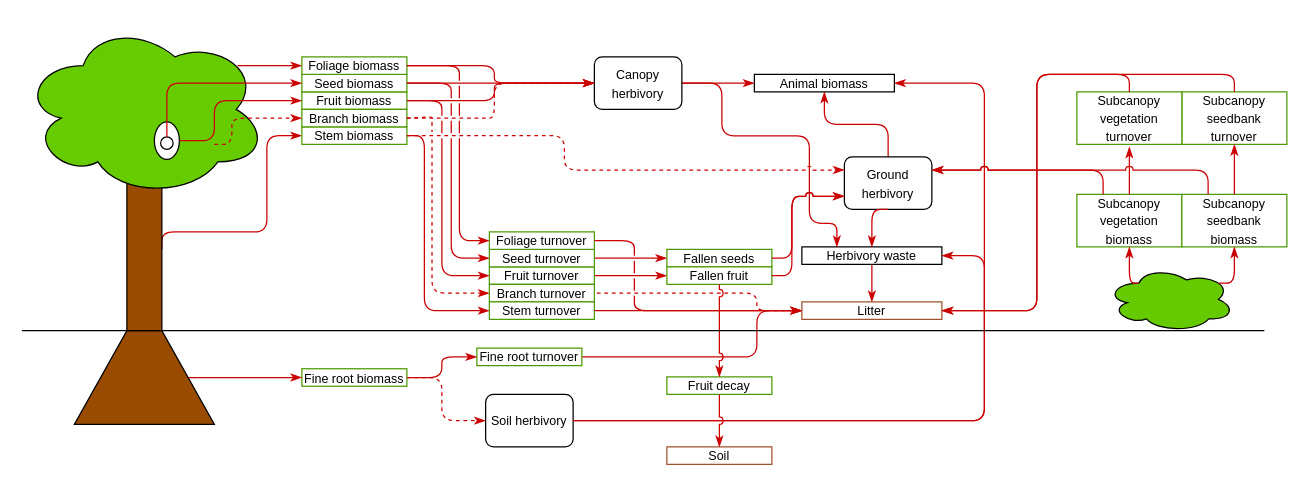
The draw.io diagram docs/source/_static/images/plant_model_biomass_flows.drawio in ImperialCollegeLondon/virtual_ecosystem, before the edit. Source tidied: cells renumbered, new cells numbered last; positions are measured from the earlier drawing's top-left corner, leaving out a move shared by most shapes. Both pictures are drawn from the tidied source at 125%, with x=0, y=0 at pixel (21, 21).
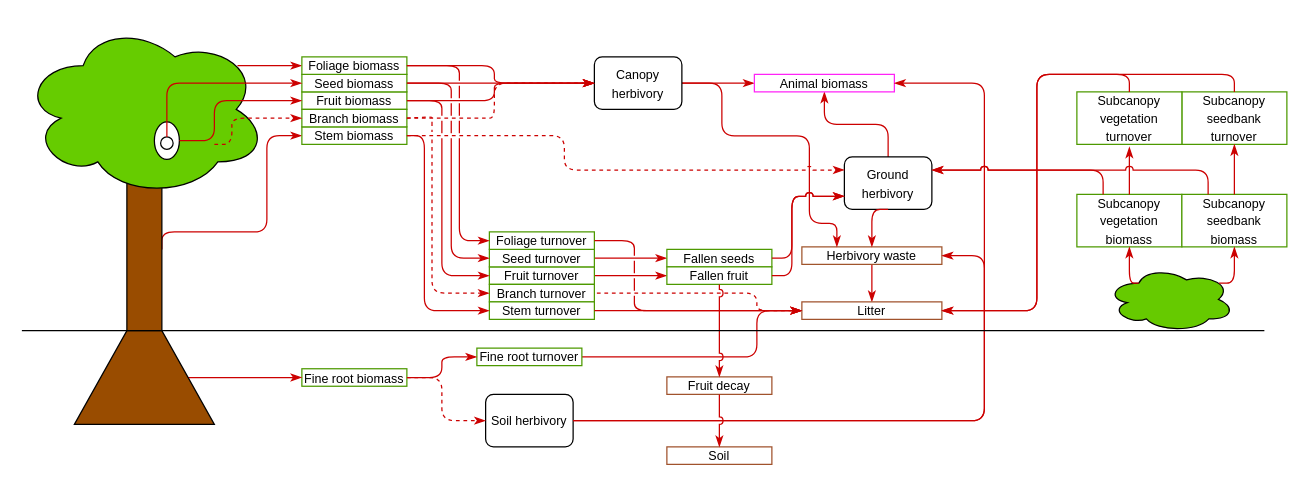
The same diagram, later.

Commit message (it also covers changes not shown here):
Also updated plant resources figure and caption, so that colour coding is clearer

Diff of the diagram source:
```diff
@@
-    <mxCell id="28" value="&lt;font size=&quot;1&quot;&gt;Herbivory waste&lt;/font&gt;" style="rounded=0;whiteSpace=wrap;html=1;" parent="1" vertex="1">
+    <mxCell id="28" value="&lt;font size=&quot;1&quot;&gt;Herbivory waste&lt;/font&gt;" style="rounded=0;whiteSpace=wrap;html=1;strokeColor=light-dark(#a0552c, #ededed);" parent="1" vertex="1">
       <mxGeometry x="624" y="180" width="112" height="14" as="geometry" />
     </mxCell>
@@
-    <mxCell id="35" value="&lt;font size=&quot;1&quot;&gt;Animal biomass&lt;/font&gt;" style="rounded=0;whiteSpace=wrap;html=1;" parent="1" vertex="1">
+    <mxCell id="35" value="&lt;font size=&quot;1&quot;&gt;Animal biomass&lt;/font&gt;" style="rounded=0;whiteSpace=wrap;html=1;strokeColor=light-dark(#ff23f7, #ededed);" parent="1" vertex="1">
       <mxGeometry x="586" y="42" width="112" height="14" as="geometry" />
     </mxCell>
@@
-    <mxCell id="51" value="&lt;font size=&quot;1&quot;&gt;Fruit decay&lt;/font&gt;" style="rounded=0;whiteSpace=wrap;html=1;strokeColor=#4D9900;" parent="1" vertex="1">
+    <mxCell id="51" value="&lt;font size=&quot;1&quot;&gt;Fruit decay&lt;/font&gt;" style="rounded=0;whiteSpace=wrap;html=1;strokeColor=light-dark(#a0522c, #589916);" parent="1" vertex="1">
       <mxGeometry x="516" y="284" width="84" height="14" as="geometry" />
     </mxCell>
```
